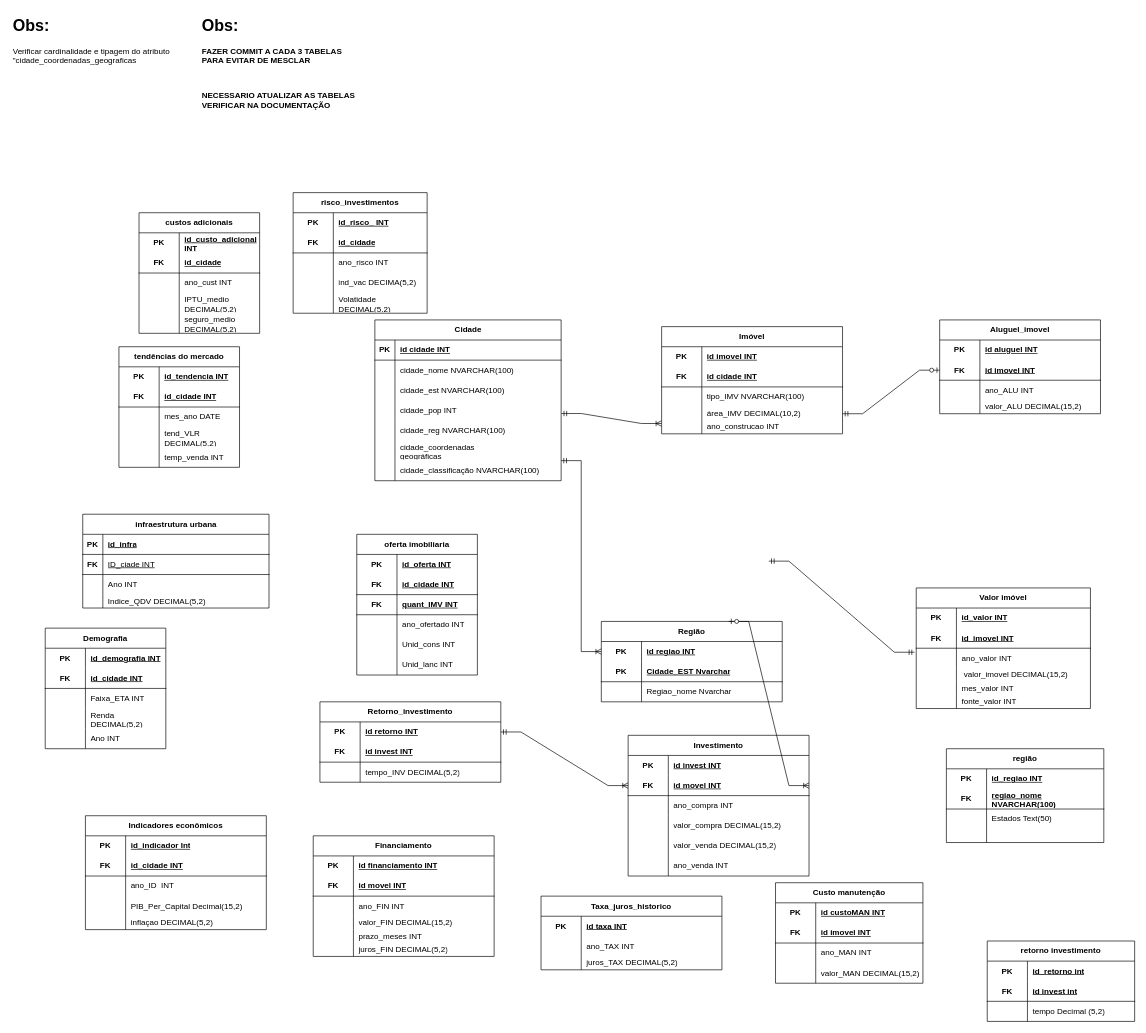
This is GroupBy.drawio from Guilherme22B/Group_by, a draw.io file, before an edit. Source tidied: cells renumbered, new cells numbered last; positions are measured from the earlier drawing's top-left corner, leaving out a move shared by most shapes. Both pictures are drawn from the tidied source at 67%, with x=0, y=0 at pixel (11, 11).
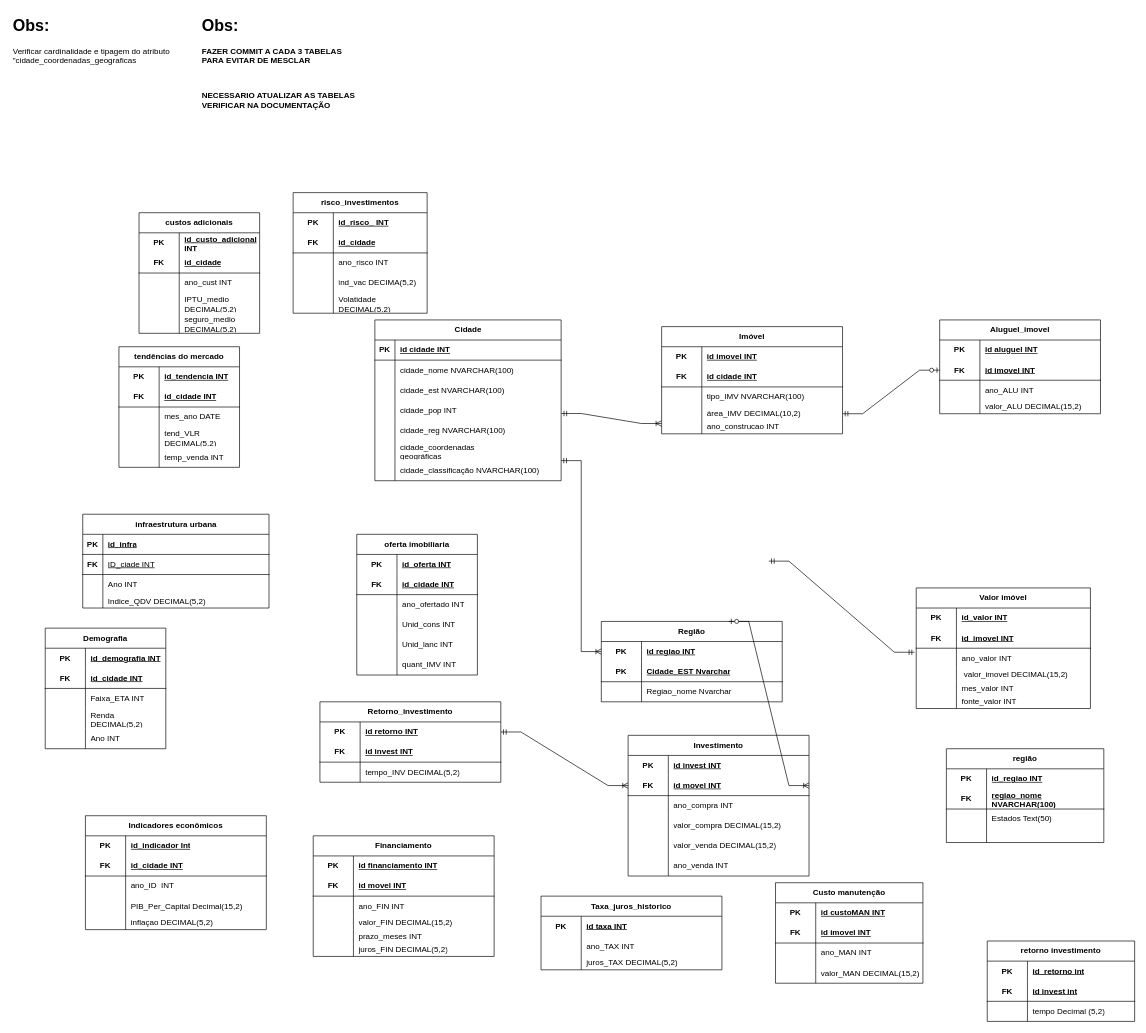
The same page after the edit.

Commit message:
tabela 14 alterado

Unchanged cells that the change refers to:
```xml
<mxCell id="230" value="oferta imobiliaria" style="shape=table;startSize=30;childLayout=tableLayout;rowLines=0;fontStyle=1;align=center;html=1;whiteSpace=wrap;" parent="1" vertex="1">
  <mxGeometry x="515" y="780" width="180" height="210" as="geometry" />
</mxCell>
```

Diff of the diagram source:
```diff
@@
-    <mxCell id="237" style="shape=tableRow;horizontal=0;startSize=0;swimlaneHead=0;swimlaneBody=0;fillColor=none;top=0;left=0;right=0;bottom=1;html=1;" parent="230" vertex="1">
-      <mxGeometry y="90" width="180" height="30" as="geometry" />
-    </mxCell>
-    <mxCell id="238" value="FK" style="shape=partialRectangle;fillColor=none;top=0;left=0;bottom=0;right=0;fontStyle=1;overflow=hidden;html=1;whiteSpace=wrap;" parent="237" vertex="1">
-      <mxGeometry width="60" height="30" as="geometry" />
-    </mxCell>
-    <mxCell id="239" value="quant_IMV INT" style="shape=partialRectangle;fillColor=none;top=0;left=0;bottom=0;right=0;align=left;spacingLeft=6;fontStyle=5;overflow=hidden;html=1;whiteSpace=wrap;" parent="237" vertex="1">
-      <mxGeometry x="60" width="120" height="30" as="geometry" />
-    </mxCell>
     <mxCell id="240" style="shape=tableRow;horizontal=0;startSize=0;swimlaneHead=0;swimlaneBody=0;fillColor=none;top=0;left=0;right=0;bottom=0;html=1;" parent="230" vertex="1">
-      <mxGeometry y="120" width="180" height="30" as="geometry" />
+      <mxGeometry y="90" width="180" height="30" as="geometry" />
     </mxCell>
@@
     <mxCell id="243" style="shape=tableRow;horizontal=0;startSize=0;swimlaneHead=0;swimlaneBody=0;fillColor=none;top=0;left=0;right=0;bottom=0;html=1;" parent="230" vertex="1">
-      <mxGeometry y="150" width="180" height="30" as="geometry" />
+      <mxGeometry y="120" width="180" height="30" as="geometry" />
     </mxCell>
@@
     <mxCell id="246" style="shape=tableRow;horizontal=0;startSize=0;swimlaneHead=0;swimlaneBody=0;fillColor=none;top=0;left=0;right=0;bottom=0;html=1;" parent="230" vertex="1">
-      <mxGeometry y="180" width="180" height="30" as="geometry" />
+      <mxGeometry y="150" width="180" height="30" as="geometry" />
     </mxCell>
@@
+    <mxCell id="298" style="shape=tableRow;horizontal=0;startSize=0;swimlaneHead=0;swimlaneBody=0;fillColor=none;top=0;left=0;right=0;bottom=0;html=1;" parent="230" vertex="1">
+      <mxGeometry y="180" width="180" height="30" as="geometry" />
+    </mxCell>
+    <mxCell id="299" style="shape=partialRectangle;fillColor=none;top=0;left=0;bottom=0;right=0;overflow=hidden;html=1;whiteSpace=wrap;" parent="298" vertex="1">
+      <mxGeometry width="60" height="30" as="geometry" />
+    </mxCell>
+    <mxCell id="239" value="quant_IMV INT" style="shape=partialRectangle;fillColor=none;top=0;left=0;bottom=0;right=0;align=left;spacingLeft=6;overflow=hidden;html=1;whiteSpace=wrap;" parent="298" vertex="1">
+      <mxGeometry x="60" width="120" height="30" as="geometry" />
+    </mxCell>
```
